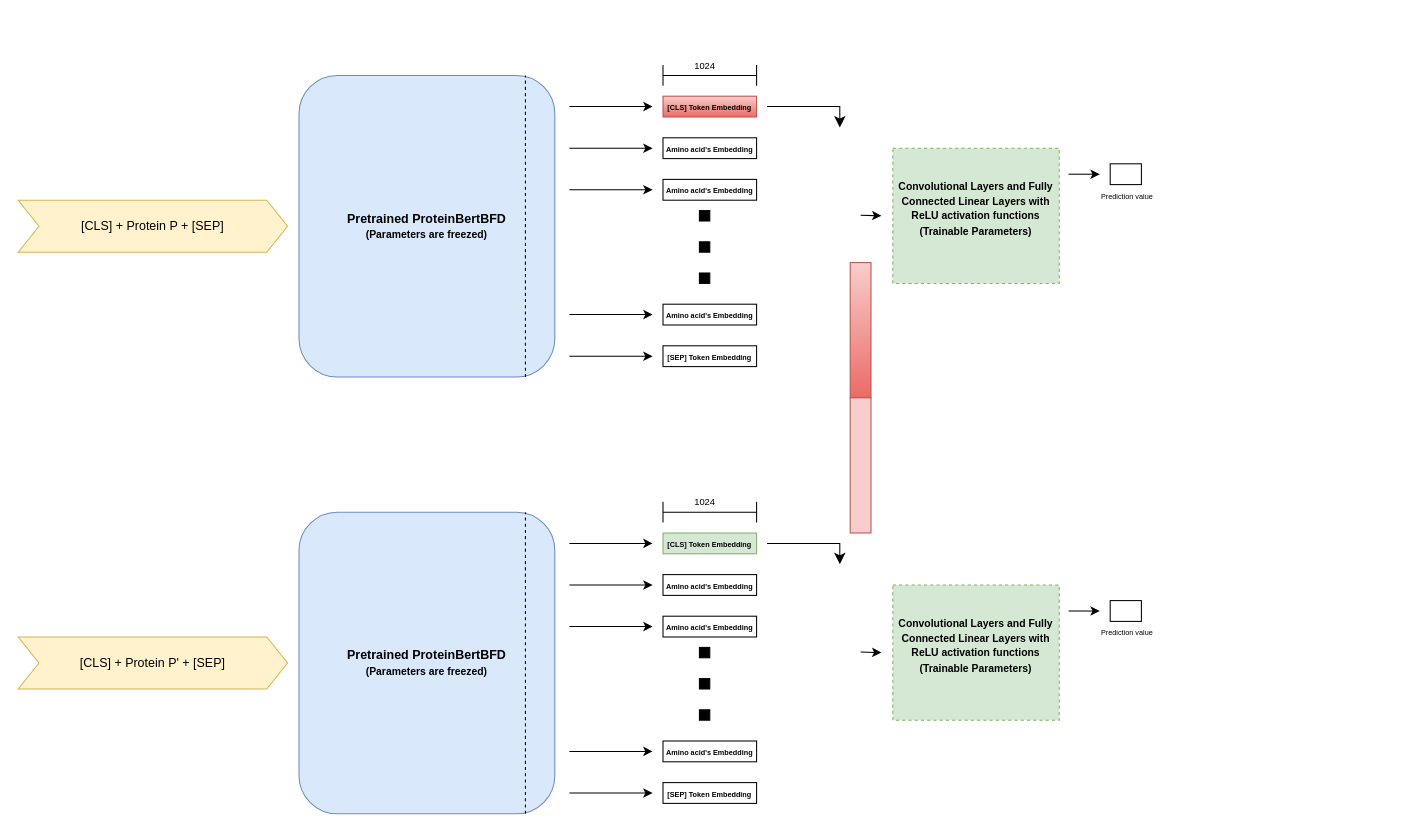
The draw.io diagram page "Page-2" (2 of 4) of images/Untitled Diagram.drawio in danish2562022/PPI_prediction, before the edit. Source tidied: cells renumbered, new cells numbered last; positions are measured from the earlier drawing's top-left corner, leaving out a move shared by most shapes. Both pictures are drawn from the tidied source at 104%, with x=0, y=0 at pixel (18, 49).
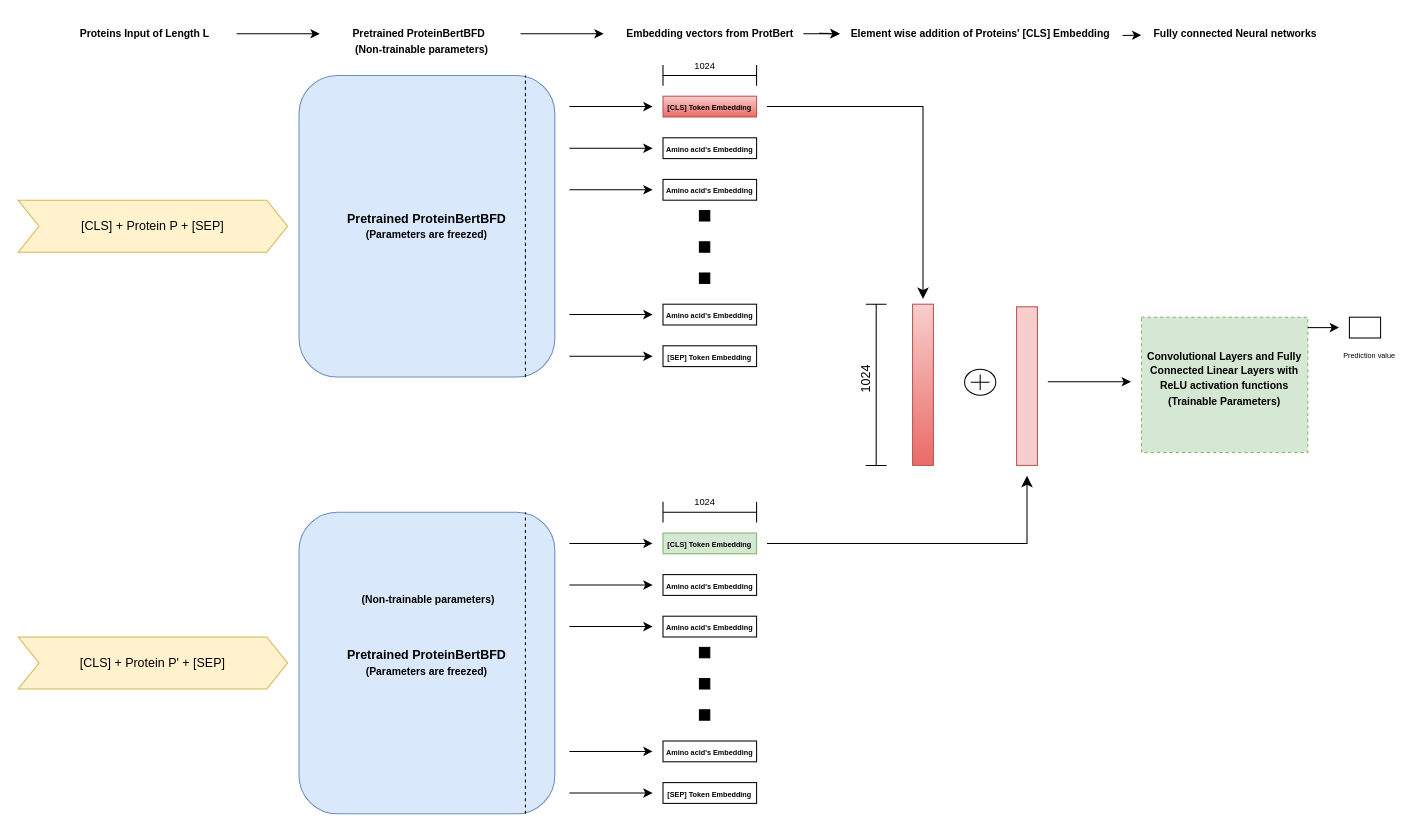
After the change.

What changed in the source:
```diff
@@
     <mxCell id="20" style="edgeStyle=segmentEdgeStyle;endArrow=classic;html=1;curved=0;rounded=0;endSize=8;startSize=8;" parent="1" edge="1">
       <mxGeometry relative="1" as="geometry">
         <mxPoint x="720" y="55" as="sourcePoint" />
-        <mxPoint x="790" y="75" as="targetPoint" />
+        <mxPoint x="870" y="240" as="targetPoint" />
       </mxGeometry>
     </mxCell>
     <mxCell id="21" style="rounded=0;whiteSpace=wrap;html=1;fillColor=#f8cecc;strokeColor=#b85450;gradientColor=#ea6b66;" parent="1" vertex="1">
-      <mxGeometry x="800" y="205" width="20" height="130" as="geometry" />
+      <mxGeometry x="860" y="245" width="20" height="155" as="geometry" />
     </mxCell>
     <mxCell id="22" value="&lt;font style=&quot;font-size: 10px;&quot;&gt;&lt;b&gt;Convolutional Layers and Fully Connected Linear Layers with ReLU activation functions&lt;br&gt;(Trainable Parameters)&lt;br&gt;&lt;br&gt;&lt;/b&gt;&lt;/font&gt;" style="rounded=0;whiteSpace=wrap;html=1;dashed=1;fillColor=#d5e8d4;strokeColor=#82b366;" parent="1" vertex="1">
-      <mxGeometry x="841" y="95" width="160" height="130" as="geometry" />
+      <mxGeometry x="1080" y="257.5" width="160" height="130" as="geometry" />
     </mxCell>
-    <mxCell id="23" style="endArrow=classic;html=1;rounded=0;" parent="1" edge="1">
-      <mxGeometry relative="1" as="geometry">
-        <mxPoint x="810" y="159.5" as="sourcePoint" />
-        <mxPoint x="830" y="160" as="targetPoint" />
-      </mxGeometry>
-    </mxCell>
     <mxCell id="24" style="endArrow=classic;html=1;rounded=0;" parent="1" edge="1">
       <mxGeometry relative="1" as="geometry">
-        <mxPoint x="1010" y="120" as="sourcePoint" />
-        <mxPoint x="1040" y="120" as="targetPoint" />
+        <mxPoint x="1240" y="267.5" as="sourcePoint" />
+        <mxPoint x="1270" y="267.5" as="targetPoint" />
       </mxGeometry>
     </mxCell>
     <mxCell id="25" style="rounded=0;whiteSpace=wrap;html=1;" parent="1" vertex="1">
-      <mxGeometry x="1050" y="110" width="30" height="20" as="geometry" />
+      <mxGeometry x="1280" y="257.5" width="30" height="20" as="geometry" />
     </mxCell>
     <mxCell id="26" value="&lt;font style=&quot;font-size: 7px;&quot;&gt;Prediction value&lt;/font&gt;" style="text;html=1;align=center;verticalAlign=middle;strokeColor=none;fillColor=none;" parent="1" vertex="1">
-      <mxGeometry x="1031" y="125" width="70" height="30" as="geometry" />
+      <mxGeometry x="1264" y="277.5" width="70" height="30" as="geometry" />
     </mxCell>
@@
     <mxCell id="45" style="edgeStyle=segmentEdgeStyle;endArrow=classic;html=1;curved=0;rounded=0;endSize=8;startSize=8;" parent="1" edge="1">
       <mxGeometry relative="1" as="geometry">
         <mxPoint x="720" y="475" as="sourcePoint" />
-        <mxPoint x="790" y="495" as="targetPoint" />
+        <mxPoint x="970" y="410" as="targetPoint" />
       </mxGeometry>
     </mxCell>
     <mxCell id="46" style="rounded=0;whiteSpace=wrap;html=1;fillColor=#f8cecc;strokeColor=#b85450;" parent="1" vertex="1">
-      <mxGeometry x="800" y="335" width="20" height="130" as="geometry" />
+      <mxGeometry x="960" y="247.5" width="20" height="152.5" as="geometry" />
     </mxCell>
-    <mxCell id="47" value="&lt;font style=&quot;font-size: 10px;&quot;&gt;&lt;b&gt;Convolutional Layers and Fully Connected Linear Layers with ReLU activation functions&lt;br&gt;(Trainable Parameters)&lt;br&gt;&lt;br&gt;&lt;/b&gt;&lt;/font&gt;" style="rounded=0;whiteSpace=wrap;html=1;dashed=1;fillColor=#d5e8d4;strokeColor=#82b366;" parent="1" vertex="1">
-      <mxGeometry x="841" y="515" width="160" height="130" as="geometry" />
-    </mxCell>
-    <mxCell id="48" style="endArrow=classic;html=1;rounded=0;" parent="1" edge="1">
-      <mxGeometry relative="1" as="geometry">
-        <mxPoint x="810" y="579.5" as="sourcePoint" />
-        <mxPoint x="830" y="580" as="targetPoint" />
-      </mxGeometry>
-    </mxCell>
-    <mxCell id="49" style="endArrow=classic;html=1;rounded=0;" parent="1" edge="1">
-      <mxGeometry relative="1" as="geometry">
-        <mxPoint x="1010" y="540" as="sourcePoint" />
-        <mxPoint x="1040" y="540" as="targetPoint" />
-      </mxGeometry>
-    </mxCell>
-    <mxCell id="50" style="rounded=0;whiteSpace=wrap;html=1;" parent="1" vertex="1">
-      <mxGeometry x="1050" y="530" width="30" height="20" as="geometry" />
-    </mxCell>
-    <mxCell id="51" value="&lt;font style=&quot;font-size: 7px;&quot;&gt;Prediction value&lt;/font&gt;" style="text;html=1;align=center;verticalAlign=middle;strokeColor=none;fillColor=none;" parent="1" vertex="1">
-      <mxGeometry x="1031" y="545" width="70" height="30" as="geometry" />
-    </mxCell>
+    <mxCell id="52" style="verticalLabelPosition=bottom;shadow=0;align=center;html=1;verticalAlign=top;shape=mxgraph.electrical.abstract.summation_point;" parent="1" vertex="1">
+      <mxGeometry x="910" y="307.5" width="30" height="25" as="geometry" />
+    </mxCell>
+    <mxCell id="53" style="endArrow=classic;html=1;rounded=0;" parent="1" edge="1">
+      <mxGeometry relative="1" as="geometry">
+        <mxPoint x="990" y="319.5" as="sourcePoint" />
+        <mxPoint x="1070" y="319.5" as="targetPoint" />
+      </mxGeometry>
+    </mxCell>
+    <mxCell id="54" value="&lt;font style=&quot;font-size: 10px;&quot;&gt;&lt;b&gt;&amp;nbsp;Proteins Input of Length L&lt;/b&gt;&lt;/font&gt;" style="text;html=1;align=center;verticalAlign=middle;strokeColor=none;fillColor=none;" parent="1" vertex="1">
+      <mxGeometry x="45" y="-30" width="150" height="30" as="geometry" />
+    </mxCell>
+    <mxCell id="55" value="&lt;font style=&quot;font-size: 10px;&quot;&gt;&lt;b&gt;Pretrained ProteinBertBFD&lt;/b&gt;&lt;/font&gt;" style="text;html=1;align=center;verticalAlign=middle;strokeColor=none;fillColor=none;" parent="1" vertex="1">
+      <mxGeometry x="310" y="-30" width="150" height="30" as="geometry" />
+    </mxCell>
+    <mxCell id="56" style="edgeStyle=orthogonalEdgeStyle;rounded=0;jettySize=auto;html=1;" parent="1" edge="1" source="57" target="58">
+      <mxGeometry relative="1" as="geometry" />
+    </mxCell>
+    <mxCell id="57" value="&lt;b&gt;&lt;font style=&quot;font-size: 10px;&quot;&gt;Embedding vectors from ProtBert&lt;/font&gt;&lt;/b&gt;" style="text;html=1;align=center;verticalAlign=middle;points=[];strokeColor=none;fillColor=none;" parent="1" vertex="1">
+      <mxGeometry x="575" y="-30" width="180" height="30" as="geometry" />
+    </mxCell>
+    <mxCell id="58" value="&lt;font style=&quot;font-size: 10px;&quot;&gt;&lt;b&gt;Element wise addition of Proteins' [CLS] Embedding&lt;/b&gt;&lt;/font&gt;" style="text;html=1;align=center;verticalAlign=middle;points=[];strokeColor=none;fillColor=none;" parent="1" vertex="1">
+      <mxGeometry x="790" y="-30" width="270" height="30" as="geometry" />
+    </mxCell>
+    <mxCell id="59" value="&lt;font style=&quot;font-size: 10px;&quot;&gt;&lt;b&gt;Fully connected Neural networks&lt;/b&gt;&lt;/font&gt;" style="text;html=1;align=center;verticalAlign=middle;points=[];strokeColor=none;fillColor=none;" parent="1" vertex="1">
+      <mxGeometry x="1080" y="-30" width="180" height="30" as="geometry" />
+    </mxCell>
+    <mxCell id="60" style="endArrow=classic;html=1;rounded=0;" parent="1" edge="1">
+      <mxGeometry relative="1" as="geometry">
+        <mxPoint x="210" y="-15" as="sourcePoint" />
+        <mxPoint x="290" y="-15" as="targetPoint" />
+      </mxGeometry>
+    </mxCell>
+    <mxCell id="61" style="endArrow=classic;html=1;rounded=0;" parent="1" edge="1">
+      <mxGeometry relative="1" as="geometry">
+        <mxPoint x="483" y="-15" as="sourcePoint" />
+        <mxPoint x="563" y="-15" as="targetPoint" />
+      </mxGeometry>
+    </mxCell>
+    <mxCell id="62" style="endArrow=classic;html=1;rounded=0;" parent="1" edge="1">
+      <mxGeometry relative="1" as="geometry">
+        <mxPoint x="770" y="-15.5" as="sourcePoint" />
+        <mxPoint x="790" y="-15" as="targetPoint" />
+      </mxGeometry>
+    </mxCell>
+    <mxCell id="63" value="&lt;div style=&quot;text-align: center;&quot;&gt;&lt;span style=&quot;background-color: initial; font-size: 10px;&quot;&gt;&lt;b&gt;&amp;nbsp; (Non-trainable parameters)&lt;/b&gt;&lt;/span&gt;&lt;/div&gt;" style="text;whiteSpace=wrap;html=1;" parent="1" vertex="1">
+      <mxGeometry x="323" y="515" width="160" height="40" as="geometry" />
+    </mxCell>
+    <mxCell id="64" value="&lt;b style=&quot;--tw-border-spacing-x: 0; --tw-border-spacing-y: 0; --tw-translate-x: 0; --tw-translate-y: 0; --tw-rotate: 0; --tw-skew-x: 0; --tw-skew-y: 0; --tw-scale-x: 1; --tw-scale-y: 1; --tw-pan-x: ; --tw-pan-y: ; --tw-pinch-zoom: ; --tw-scroll-snap-strictness: proximity; --tw-ordinal: ; --tw-slashed-zero: ; --tw-numeric-figure: ; --tw-numeric-spacing: ; --tw-numeric-fraction: ; --tw-ring-inset: ; --tw-ring-offset-width: 0px; --tw-ring-offset-color: #fff; --tw-ring-color: rgb(59 130 246 / 0.5); --tw-ring-offset-shadow: 0 0 #0000; --tw-ring-shadow: 0 0 #0000; --tw-shadow: 0 0 #0000; --tw-shadow-colored: 0 0 #0000; --tw-blur: ; --tw-brightness: ; --tw-contrast: ; --tw-grayscale: ; --tw-hue-rotate: ; --tw-invert: ; --tw-saturate: ; --tw-sepia: ; --tw-drop-shadow: ; --tw-backdrop-blur: ; --tw-backdrop-brightness: ; --tw-backdrop-contrast: ; --tw-backdrop-grayscale: ; --tw-backdrop-hue-rotate: ; --tw-backdrop-invert: ; --tw-backdrop-opacity: ; --tw-backdrop-saturate: ; --tw-backdrop-sepia: ; border-color: var(--border-color); font-size: 10px;&quot;&gt;&amp;nbsp; (Non-trainable parameters)&lt;/b&gt;" style="text;html=1;align=center;verticalAlign=middle;strokeColor=none;fillColor=none;" parent="1" vertex="1">
+      <mxGeometry x="305" y="-15" width="160" height="30" as="geometry" />
+    </mxCell>
+    <mxCell id="65" style="endArrow=classic;html=1;rounded=0;exitX=1.007;exitY=0.552;exitDx=0;exitDy=0;exitPerimeter=0;" parent="1" edge="1" source="58" target="59">
+      <mxGeometry relative="1" as="geometry" />
+    </mxCell>
+    <mxCell id="66" style="shape=crossbar;whiteSpace=wrap;html=1;rounded=1;direction=south;" parent="1" vertex="1">
+      <mxGeometry x="815" y="245" width="20" height="155" as="geometry" />
+    </mxCell>
+    <mxCell id="67" value="&lt;font style=&quot;font-size: 12px;&quot;&gt;1024&lt;/font&gt;" style="text;html=1;align=center;verticalAlign=middle;strokeColor=none;fillColor=none;rotation=-90;" parent="1" vertex="1">
+      <mxGeometry x="790" y="302.5" width="50" height="30" as="geometry" />
+    </mxCell>
```
